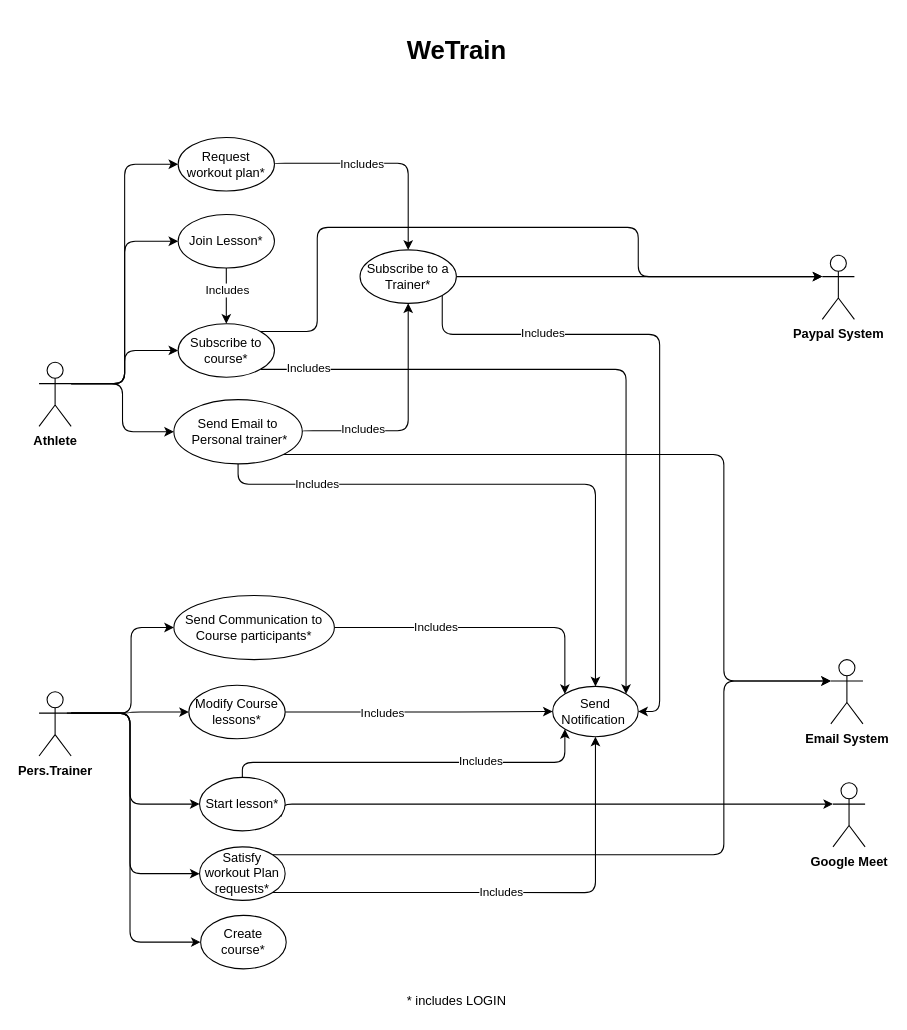
This is UCdiagram.drawio from Bobbarello00/WeTrain, a draw.io file, before an edit. Source tidied: cells renumbered, new cells numbered last; positions are measured from the earlier drawing's top-left corner, leaving out a move shared by most shapes. Both pictures are drawn from the tidied source at 107%, with x=0, y=0 at pixel (39, 24).
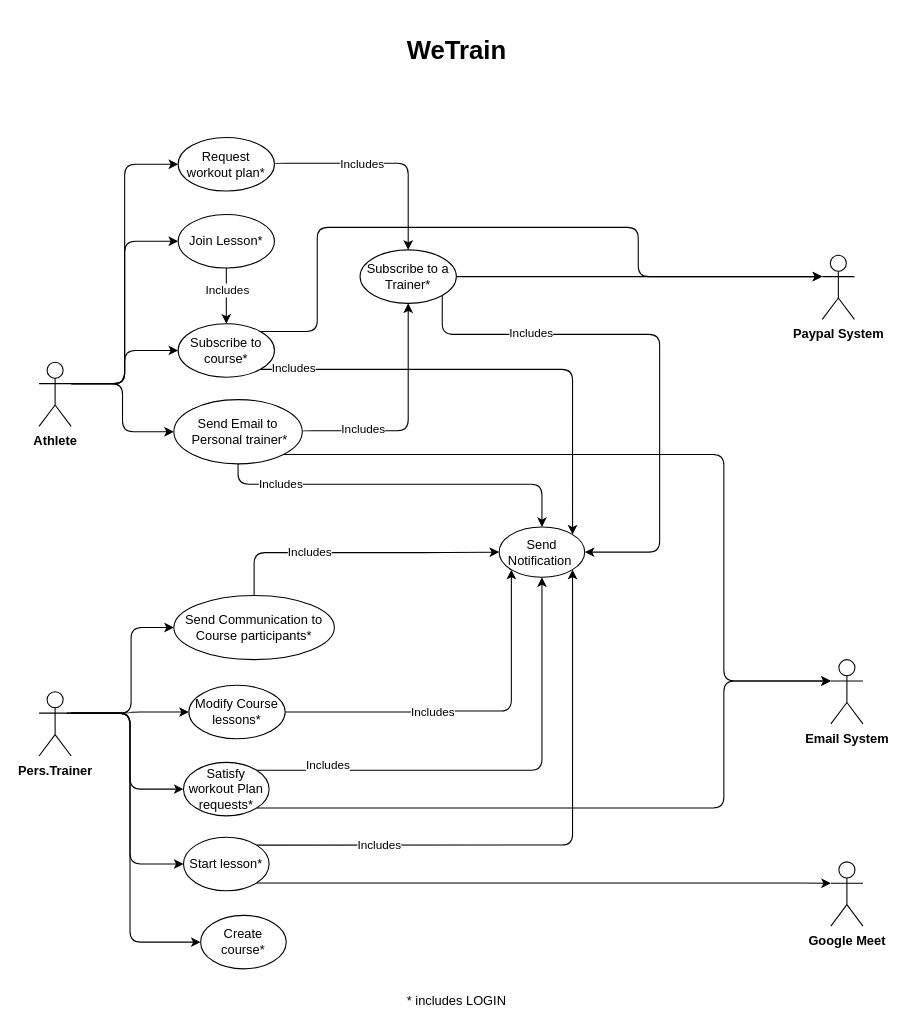
Above is the later version.

The change refers to these unchanged cells:
```xml
<mxCell id="12" value="&lt;b&gt;Pers.Trainer&lt;/b&gt;" style="shape=umlActor;verticalLabelPosition=bottom;verticalAlign=top;html=1;outlineConnect=0;rounded=1;" parent="1" vertex="1">
  <mxGeometry y="624" width="30" height="60" as="geometry" />
</mxCell>
<mxCell id="18" value="Modify Course lessons*" style="ellipse;whiteSpace=wrap;html=1;rounded=1;" parent="1" vertex="1">
  <mxGeometry x="140" y="618" width="90" height="50" as="geometry" />
</mxCell>
<mxCell id="28" value="Send Email to&lt;br&gt;&amp;nbsp;Personal trainer*" style="ellipse;whiteSpace=wrap;html=1;rounded=1;" parent="1" vertex="1">
  <mxGeometry x="126" y="351" width="120" height="60" as="geometry" />
</mxCell>
<mxCell id="39" value="&lt;b&gt;Email System&lt;br&gt;&lt;/b&gt;" style="shape=umlActor;verticalLabelPosition=bottom;verticalAlign=top;html=1;outlineConnect=0;rounded=1;" parent="1" vertex="1">
  <mxGeometry x="740" y="594" width="30" height="60" as="geometry" />
</mxCell>
<mxCell id="47" value="Subscribe to a Trainer*" style="ellipse;whiteSpace=wrap;html=1;rounded=1;" parent="1" vertex="1">
  <mxGeometry x="300" y="211" width="90" height="50" as="geometry" />
</mxCell>
<mxCell id="50" value="Send Communication to Course participants*" style="ellipse;whiteSpace=wrap;html=1;rounded=1;" parent="1" vertex="1">
  <mxGeometry x="126" y="534" width="150" height="60" as="geometry" />
</mxCell>
```

Diff of the diagram source:
```diff
@@
     <mxCell id="8" style="edgeStyle=orthogonalEdgeStyle;rounded=1;jettySize=auto;html=1;exitX=1;exitY=0.3333333333333333;exitDx=0;exitDy=0;exitPerimeter=0;entryX=0;entryY=0.5;entryDx=0;entryDy=0;" parent="1" edge="1" source="12" target="21">
       <mxGeometry relative="1" as="geometry">
         <Array as="points">
           <mxPoint x="85" y="644" />
-          <mxPoint x="85" y="729" />
+          <mxPoint x="85" y="785" />
         </Array>
       </mxGeometry>
     </mxCell>
     <mxCell id="9" style="edgeStyle=orthogonalEdgeStyle;rounded=1;jettySize=auto;html=1;entryX=0;entryY=0.5;entryDx=0;entryDy=0;exitX=1;exitY=0.3333333333333333;exitDx=0;exitDy=0;exitPerimeter=0;" parent="1" edge="1" source="12" target="35">
       <mxGeometry relative="1" as="geometry">
         <Array as="points">
           <mxPoint x="85" y="644" />
-          <mxPoint x="85" y="794" />
+          <mxPoint x="85" y="715" />
         </Array>
       </mxGeometry>
     </mxCell>
@@
-    <mxCell id="15" style="edgeStyle=orthogonalEdgeStyle;rounded=1;jettySize=auto;html=1;exitX=0.955;exitY=0.732;exitDx=0;exitDy=0;entryX=0;entryY=0.3333333333333333;entryDx=0;entryDy=0;entryPerimeter=0;exitPerimeter=0;" parent="1" edge="1" source="21" target="36">
+    <mxCell id="15" style="edgeStyle=orthogonalEdgeStyle;rounded=1;jettySize=auto;html=1;exitX=1;exitY=1;exitDx=0;exitDy=0;entryX=0;entryY=0.3333333333333333;entryDx=0;entryDy=0;entryPerimeter=0;" parent="1" edge="1" source="21" target="36">
       <mxGeometry relative="1" as="geometry">
         <Array as="points">
-          <mxPoint x="226" y="729" />
+          <mxPoint x="700" y="803" />
+          <mxPoint x="700" y="803" />
         </Array>
       </mxGeometry>
     </mxCell>
-    <mxCell id="16" style="edgeStyle=orthogonalEdgeStyle;rounded=1;jettySize=auto;html=1;exitX=1;exitY=0.5;exitDx=0;exitDy=0;entryX=0;entryY=0.5;entryDx=0;entryDy=0;" parent="1" edge="1" source="18" target="22">
+    <mxCell id="16" style="edgeStyle=orthogonalEdgeStyle;rounded=1;jettySize=auto;html=1;exitX=1;exitY=0.5;exitDx=0;exitDy=0;entryX=0;entryY=1;entryDx=0;entryDy=0;" parent="1" edge="1" source="18" target="22">
       <mxGeometry relative="1" as="geometry">
         <Array as="points">
           <mxPoint x="380" y="643" />
           <mxPoint x="380" y="642" />
+          <mxPoint x="441" y="642" />
         </Array>
       </mxGeometry>
     </mxCell>
@@
-    <mxCell id="19" style="edgeStyle=orthogonalEdgeStyle;rounded=1;jettySize=auto;html=1;exitX=0.5;exitY=0;exitDx=0;exitDy=0;entryX=0;entryY=1;entryDx=0;entryDy=0;" parent="1" edge="1" source="21" target="22">
+    <mxCell id="19" style="edgeStyle=orthogonalEdgeStyle;rounded=1;jettySize=auto;html=1;exitX=1;exitY=0;exitDx=0;exitDy=0;entryX=0.5;entryY=1;entryDx=0;entryDy=0;startArrow=none;" parent="1" edge="1" source="35" target="22">
       <mxGeometry relative="1" as="geometry">
         <Array as="points">
-          <mxPoint x="190" y="690" />
-          <mxPoint x="491" y="690" />
+          <mxPoint x="470" y="697" />
         </Array>
       </mxGeometry>
     </mxCell>
     <mxCell id="20" value="Includes" style="edgeLabel;html=1;align=center;verticalAlign=middle;rounded=1;" parent="19" vertex="1">
       <mxGeometry x="0.29" y="3" relative="1" as="geometry">
-        <mxPoint x="13" y="1" as="offset" />
+        <mxPoint x="-198" y="16" as="offset" />
       </mxGeometry>
     </mxCell>
     <mxCell id="21" value="Start lesson*" style="ellipse;whiteSpace=wrap;html=1;rounded=1;" parent="1" vertex="1">
-      <mxGeometry x="150" y="704" width="80" height="50" as="geometry" />
+      <mxGeometry x="135" y="760" width="80" height="50" as="geometry" />
     </mxCell>
     <mxCell id="22" value="Send Notification&amp;nbsp;" style="ellipse;whiteSpace=wrap;html=1;rounded=1;" parent="1" vertex="1">
-      <mxGeometry x="480" y="619" width="80" height="47" as="geometry" />
+      <mxGeometry x="430" y="470" width="80" height="47" as="geometry" />
     </mxCell>
@@
     <mxCell id="26" style="edgeStyle=orthogonalEdgeStyle;rounded=1;jettySize=auto;html=1;exitX=0.5;exitY=1;exitDx=0;exitDy=0;entryX=0.5;entryY=0;entryDx=0;entryDy=0;" parent="1" edge="1" source="28" target="22">
       <mxGeometry relative="1" as="geometry">
         <Array as="points">
           <mxPoint x="186" y="430" />
-          <mxPoint x="520" y="430" />
+          <mxPoint x="470" y="430" />
         </Array>
       </mxGeometry>
     </mxCell>
@@
-    <mxCell id="32" style="edgeStyle=orthogonalEdgeStyle;rounded=1;jettySize=auto;html=1;exitX=1;exitY=1;exitDx=0;exitDy=0;entryX=0.5;entryY=1;entryDx=0;entryDy=0;" parent="1" edge="1" source="35" target="22">
+    <mxCell id="32" style="edgeStyle=orthogonalEdgeStyle;rounded=1;jettySize=auto;html=1;exitX=1;exitY=0;exitDx=0;exitDy=0;entryX=1;entryY=1;entryDx=0;entryDy=0;" parent="1" edge="1" source="21" target="22">
       <mxGeometry relative="1" as="geometry" />
     </mxCell>
     <mxCell id="33" value="Includes" style="edgeLabel;html=1;align=center;verticalAlign=middle;rounded=1;" parent="32" vertex="1">
-      <mxGeometry x="-0.05" y="1" relative="1" as="geometry" />
+      <mxGeometry x="-0.05" y="1" relative="1" as="geometry">
+        <mxPoint x="-149" as="offset" />
+      </mxGeometry>
     </mxCell>
-    <mxCell id="34" style="edgeStyle=orthogonalEdgeStyle;rounded=1;jettySize=auto;html=1;exitX=1;exitY=0;exitDx=0;exitDy=0;entryX=0;entryY=0.3333333333333333;entryDx=0;entryDy=0;entryPerimeter=0;" parent="1" edge="1" source="35" target="39">
+    <mxCell id="34" style="edgeStyle=orthogonalEdgeStyle;rounded=1;jettySize=auto;html=1;exitX=1;exitY=1;exitDx=0;exitDy=0;entryX=0;entryY=0.3333333333333333;entryDx=0;entryDy=0;entryPerimeter=0;" parent="1" edge="1" source="35" target="39">
       <mxGeometry relative="1" as="geometry">
         <Array as="points">
-          <mxPoint x="640" y="776" />
+          <mxPoint x="640" y="733" />
           <mxPoint x="640" y="614" />
         </Array>
       </mxGeometry>
     </mxCell>
-    <mxCell id="35" value="Satisfy workout Plan requests*" style="ellipse;whiteSpace=wrap;html=1;rounded=1;" parent="1" vertex="1">
-      <mxGeometry x="150" y="769" width="80" height="50" as="geometry" />
-    </mxCell>
     <mxCell id="36" value="&lt;b&gt;Google Meet&lt;br&gt;&lt;/b&gt;" style="shape=umlActor;verticalLabelPosition=bottom;verticalAlign=top;html=1;outlineConnect=0;rounded=1;" parent="1" vertex="1">
-      <mxGeometry x="742" y="709" width="30" height="60" as="geometry" />
+      <mxGeometry x="740" y="783" width="30" height="60" as="geometry" />
     </mxCell>
@@
     <mxCell id="44" style="edgeStyle=orthogonalEdgeStyle;rounded=1;jettySize=auto;html=1;exitX=1;exitY=1;exitDx=0;exitDy=0;entryX=1;entryY=0.5;entryDx=0;entryDy=0;" parent="1" edge="1" source="47" target="22">
       <mxGeometry relative="1" as="geometry">
         <Array as="points">
           <mxPoint x="377" y="290" />
           <mxPoint x="580" y="290" />
-          <mxPoint x="580" y="643" />
+          <mxPoint x="580" y="494" />
         </Array>
       </mxGeometry>
     </mxCell>
@@
-    <mxCell id="48" style="edgeStyle=orthogonalEdgeStyle;rounded=1;jettySize=auto;html=1;exitX=1;exitY=0.5;exitDx=0;exitDy=0;entryX=0;entryY=0;entryDx=0;entryDy=0;" parent="1" edge="1" source="50" target="22">
+    <mxCell id="48" style="edgeStyle=orthogonalEdgeStyle;rounded=1;jettySize=auto;html=1;exitX=0.5;exitY=0;exitDx=0;exitDy=0;entryX=0;entryY=0.5;entryDx=0;entryDy=0;" parent="1" edge="1" source="50" target="22">
       <mxGeometry relative="1" as="geometry">
         <Array as="points">
-          <mxPoint x="491" y="564" />
+          <mxPoint x="201" y="494" />
+          <mxPoint x="370" y="494" />
         </Array>
       </mxGeometry>
     </mxCell>
@@
+    <mxCell id="35" value="Satisfy workout Plan requests*" style="ellipse;whiteSpace=wrap;html=1;rounded=1;" parent="1" vertex="1">
+      <mxGeometry x="135" y="690" width="80" height="50" as="geometry" />
+    </mxCell>
```
